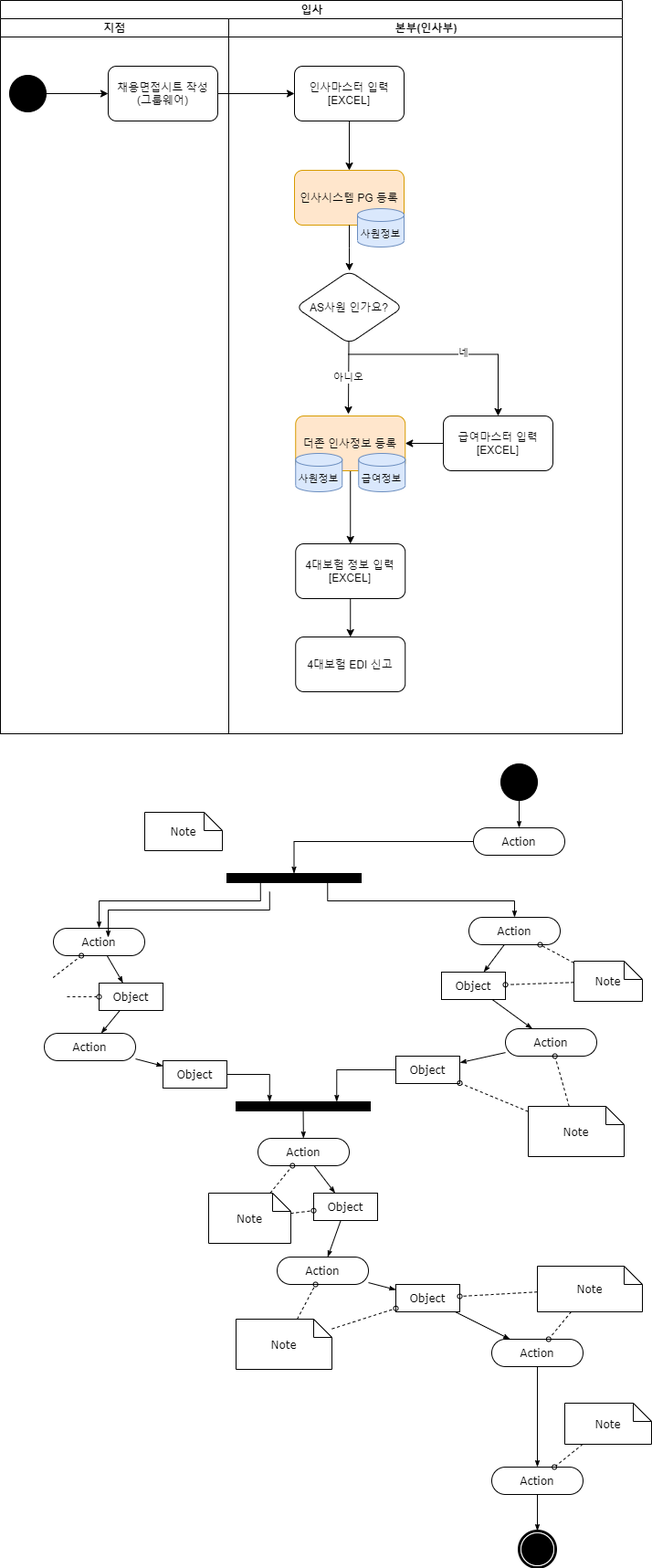
Above: Insa_JoinResignation.drawio.png in seunggeunjo/Flow-Chart (draw.io), before the change. Source tidied: cells renumbered, new cells last; positions are measured from the earlier drawing's top-left corner, leaving out a move shared by most shapes.
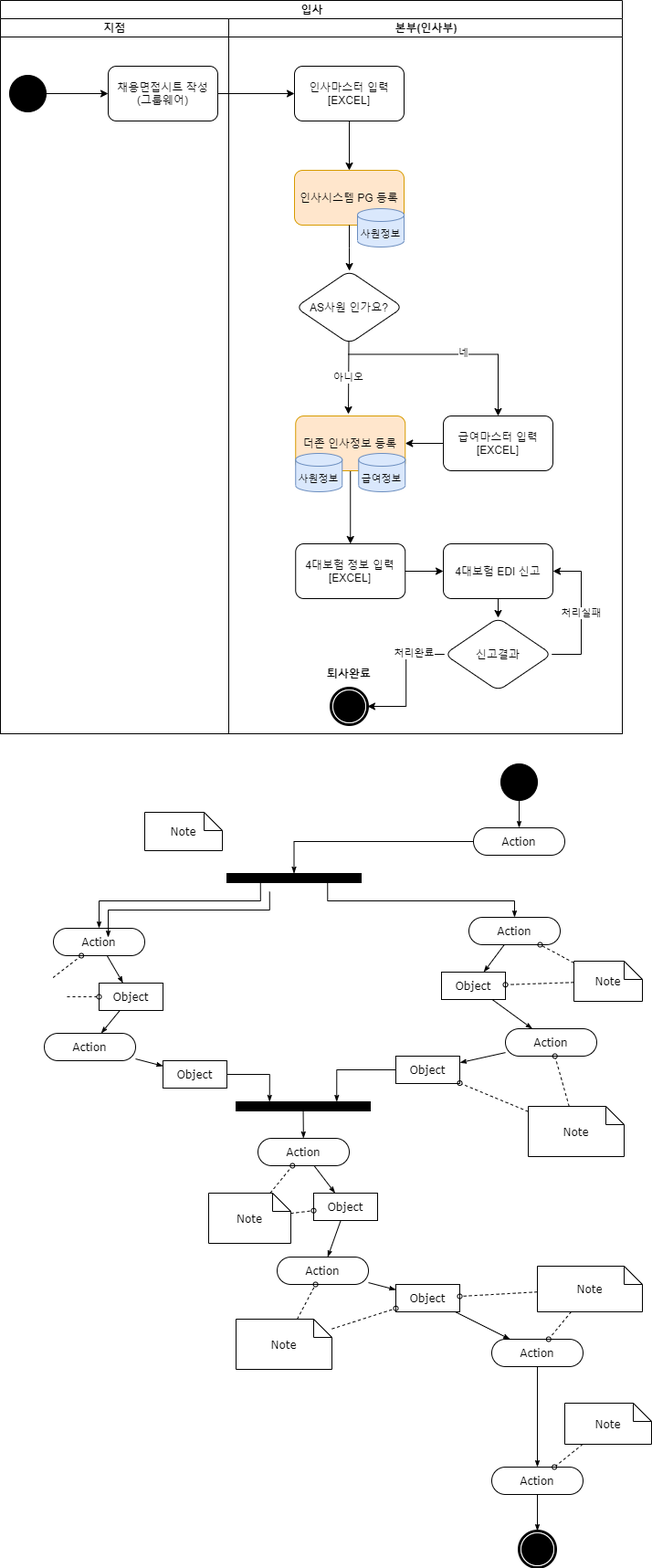
Later version of the same file.

Change to the diagram source:
```diff
@@ -72,12 +72,38 @@
     <mxCell id="21" value="4대보험 정보 입력&lt;br&gt;[EXCEL]" style="rounded=1;whiteSpace=wrap;html=1;" parent="5" vertex="1">
       <mxGeometry x="73.2" y="575" width="120" height="60" as="geometry" />
     </mxCell>
+    <mxCell id="86" style="edgeStyle=orthogonalEdgeStyle;rounded=0;jettySize=auto;html=1;exitX=0.5;exitY=1;exitDx=0;exitDy=0;entryX=0.5;entryY=0;entryDx=0;entryDy=0;fontSize=11;" parent="5" edge="1" source="22" target="92">
+      <mxGeometry relative="1" as="geometry" />
+    </mxCell>
     <mxCell id="22" value="4대보험 EDI 신고" style="rounded=1;whiteSpace=wrap;html=1;" parent="5" vertex="1">
-      <mxGeometry x="73.2" y="677" width="120" height="60" as="geometry" />
+      <mxGeometry x="235" y="575" width="120" height="60" as="geometry" />
     </mxCell>
     <mxCell id="23" style="edgeStyle=orthogonalEdgeStyle;rounded=0;jettySize=auto;html=1;fontSize=11;" parent="5" edge="1" source="21" target="22">
       <mxGeometry relative="1" as="geometry" />
     </mxCell>
+    <mxCell id="87" style="shape=mxgraph.bpmn.shape;html=1;verticalLabelPosition=bottom;labelBackgroundColor=#ffffff;verticalAlign=top;perimeter=ellipsePerimeter;outline=end;symbol=terminate;rounded=0;shadow=0;comic=0;strokeWidth=1;fontFamily=Verdana;fontSize=12;align=center;" parent="5" vertex="1">
+      <mxGeometry x="112" y="733" width="40" height="40" as="geometry" />
+    </mxCell>
+    <mxCell id="88" value="&lt;b&gt;퇴사완료&lt;/b&gt;" style="text;html=1;strokeColor=none;fillColor=none;align=center;verticalAlign=middle;whiteSpace=wrap;rounded=0;fontColor=#000000;" parent="5" vertex="1">
+      <mxGeometry x="102" y="702" width="60" height="30" as="geometry" />
+    </mxCell>
+    <mxCell id="89" value="처리실패" style="edgeStyle=orthogonalEdgeStyle;rounded=0;jettySize=auto;html=1;exitX=1;exitY=0.5;exitDx=0;exitDy=0;entryX=1;entryY=0.5;entryDx=0;entryDy=0;fontSize=11;" parent="5" edge="1" source="92" target="22">
+      <mxGeometry relative="1" as="geometry">
+        <Array as="points">
+          <mxPoint x="386" y="696" />
+          <mxPoint x="386" y="605" />
+        </Array>
+      </mxGeometry>
+    </mxCell>
+    <mxCell id="90" style="edgeStyle=orthogonalEdgeStyle;rounded=0;jettySize=auto;html=1;exitX=0;exitY=0.5;exitDx=0;exitDy=0;entryX=1;entryY=0.5;entryDx=0;entryDy=0;fontSize=11;" parent="5" edge="1" source="92" target="87">
+      <mxGeometry relative="1" as="geometry" />
+    </mxCell>
+    <mxCell id="91" value="처리완료" style="edgeLabel;html=1;align=center;verticalAlign=middle;fontSize=11;" parent="90" vertex="1">
+      <mxGeometry x="-0.52" y="-2" relative="1" as="geometry" />
+    </mxCell>
+    <mxCell id="92" value="신고결과" style="rhombus;whiteSpace=wrap;html=1;rounded=1;" parent="5" vertex="1">
+      <mxGeometry x="236.2" y="656" width="117.5" height="80" as="geometry" />
+    </mxCell>
     <mxCell id="24" style="edgeStyle=orthogonalEdgeStyle;rounded=0;jettySize=auto;html=1;" parent="2" edge="1" source="4" target="6">
       <mxGeometry relative="1" as="geometry" />
     </mxCell>
```
